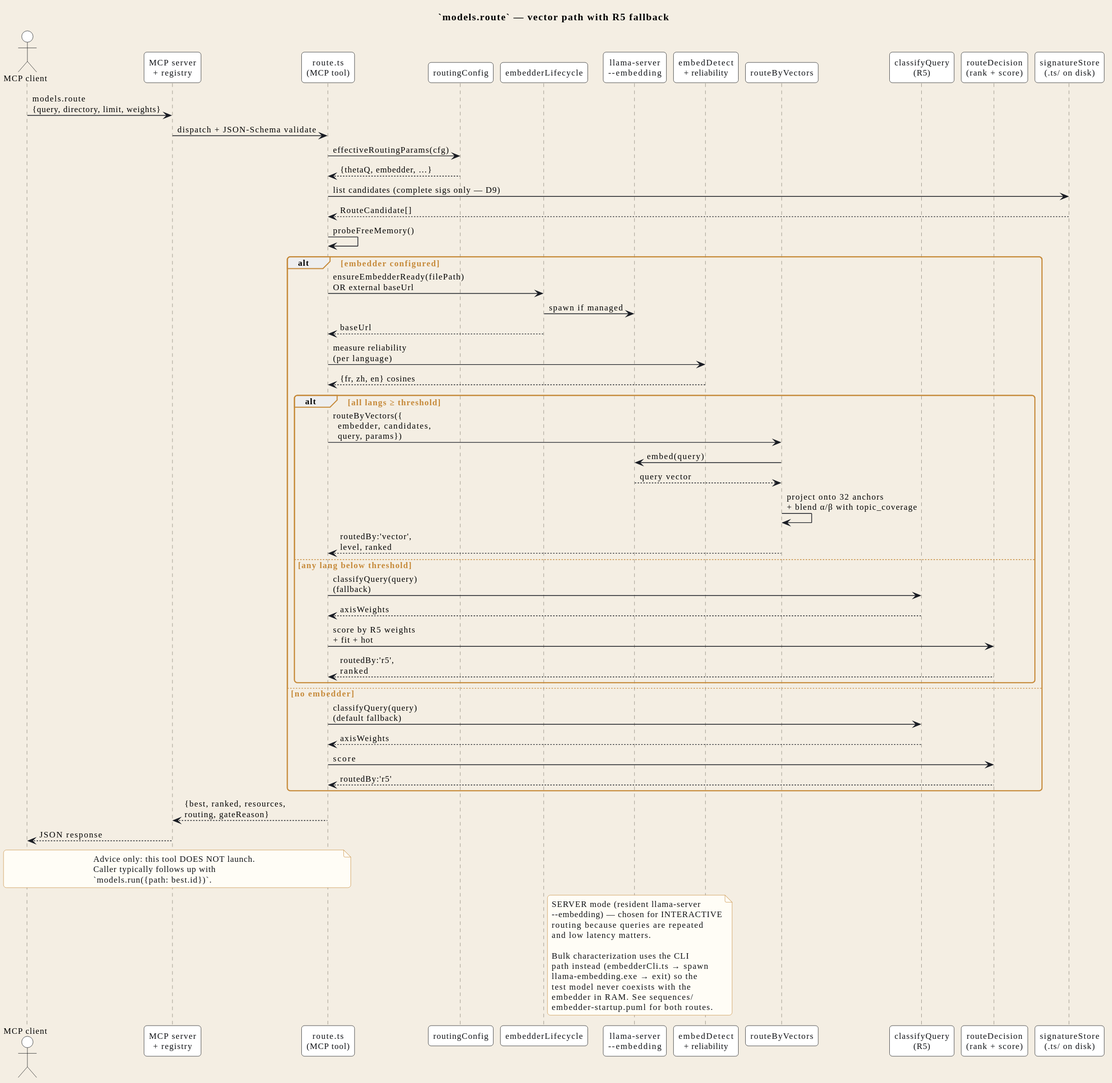
Syphys/maestria keeps this PlantUML diagram as docs/en/svg/routing-flow.svg. Above is the earlier version. The source it was exported from:
```plantuml
@startuml
!include ../_includes/style.iuml

title `models.route` — vector path with R5 fallback

actor "MCP client" as CLI
participant "MCP server\n+ registry" as MCP
participant "route.ts\n(MCP tool)" as TOOL
participant "routingConfig" as CFG
participant "embedderLifecycle" as ELC
participant "llama-server\n--embedding" as EMB
participant "embedDetect\n+ reliability" as REL
participant "routeByVectors" as VEC
participant "classifyQuery\n(R5)" as R5
participant "routeDecision\n(rank + score)" as RANK
participant "signatureStore\n(.ts/ on disk)" as SIG

CLI -> MCP : models.route\n{query, directory, limit, weights}
MCP -> TOOL : dispatch + JSON-Schema validate
TOOL -> CFG : effectiveRoutingParams(cfg)
CFG --> TOOL : {thetaQ, embedder, …}
TOOL -> SIG : list candidates (complete sigs only — D9)
SIG --> TOOL : RouteCandidate[]
TOOL -> TOOL : probeFreeMemory()

alt embedder configured
  TOOL -> ELC : ensureEmbedderReady(filePath)\nOR external baseUrl
  ELC -> EMB : spawn if managed
  ELC --> TOOL : baseUrl
  TOOL -> REL : measure reliability\n(per language)
  REL --> TOOL : {fr, zh, en} cosines
  alt all langs ≥ threshold
    TOOL -> VEC : routeByVectors({\n  embedder, candidates,\n  query, params})
    VEC -> EMB : embed(query)
    EMB --> VEC : query vector
    VEC -> VEC : project onto 32 anchors\n+ blend α/β with topic_coverage
    VEC --> TOOL : routedBy:'vector',\nlevel, ranked
  else any lang below threshold
    TOOL -> R5 : classifyQuery(query)\n(fallback)
    R5 --> TOOL : axisWeights
    TOOL -> RANK : score by R5 weights\n+ fit + hot
    RANK --> TOOL : routedBy:'r5',\nranked
  end
else no embedder
  TOOL -> R5 : classifyQuery(query)\n(default fallback)
  R5 --> TOOL : axisWeights
  TOOL -> RANK : score
  RANK --> TOOL : routedBy:'r5'
end

TOOL --> MCP : {best, ranked, resources,\nrouting, gateReason}
MCP --> CLI : JSON response

note over CLI, TOOL
  Advice only: this tool DOES NOT launch.
  Caller typically follows up with
  `models.run({path: best.id})`.
end note

note right of ELC
  SERVER mode (resident llama-server
  --embedding) — chosen for INTERACTIVE
  routing because queries are repeated
  and low latency matters.

  Bulk characterization uses the CLI
  path instead (embedderCli.ts → spawn
  llama-embedding.exe → exit) so the
  test model never coexists with the
  embedder in RAM. See sequences/
  embedder-startup.puml for both routes.
end note
@enduml
```
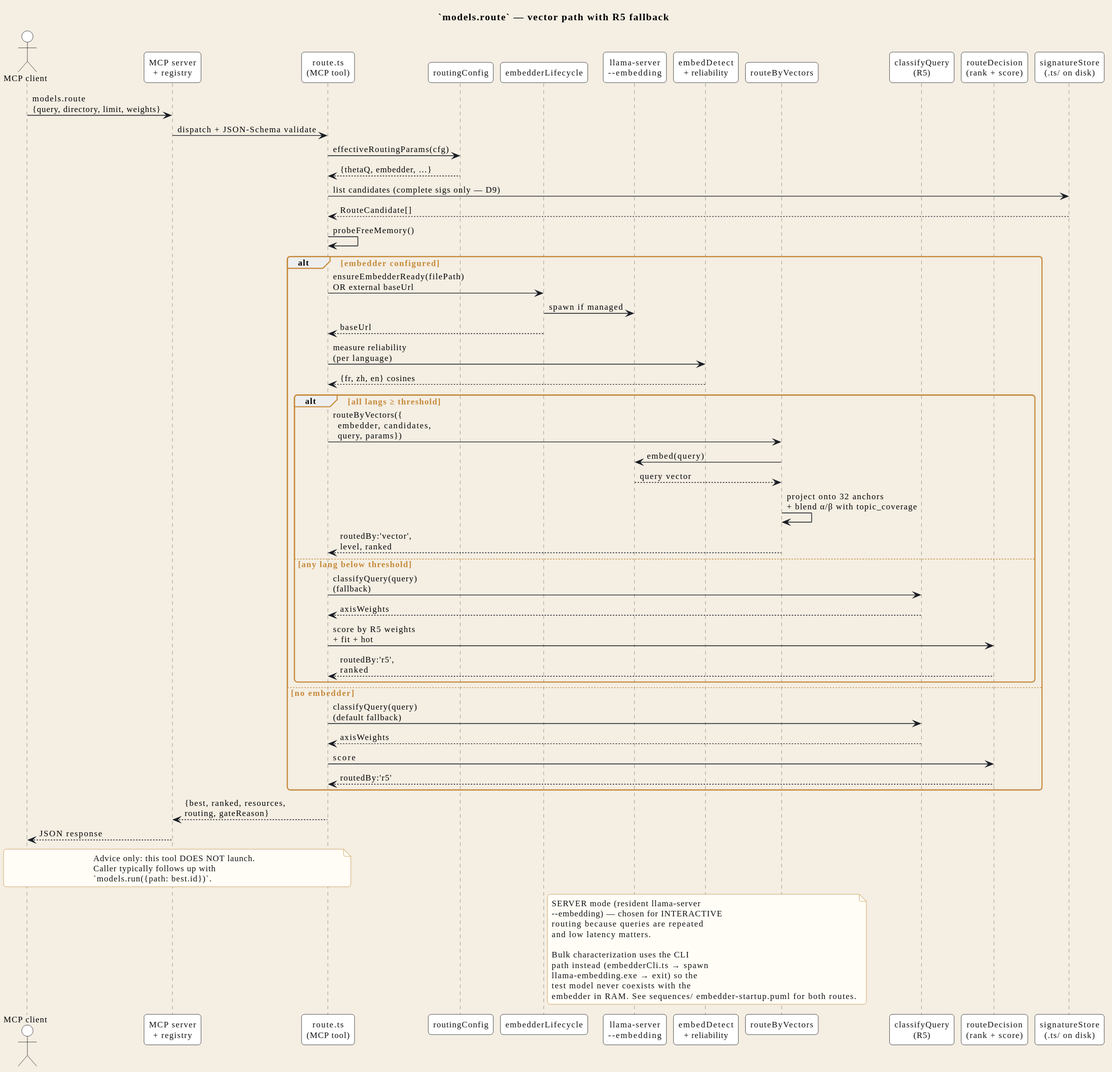
After the commit.

What changed in the source:
```diff
@@ -1,11 +1,11 @@
 @startuml
 !include ../_includes/style.iuml
 
-title `models.route` — vector path with R5 fallback
+title STR_RFLOW_TITLE
 
-actor "MCP client" as CLI
-participant "MCP server\n+ registry" as MCP
-participant "route.ts\n(MCP tool)" as TOOL
+actor "STR_RFLOW_CLI_ACTOR" as CLI
+participant "STR_RFLOW_MCP" as MCP
+participant "STR_RFLOW_TOOL" as TOOL
 participant "routingConfig" as CFG
 participant "embedderLifecycle" as ELC
 participant "llama-server\n--embedding" as EMB
@@ -13,61 +13,60 @@
 participant "routeByVectors" as VEC
 participant "classifyQuery\n(R5)" as R5
 participant "routeDecision\n(rank + score)" as RANK
-participant "signatureStore\n(.ts/ on disk)" as SIG
+participant "STR_RFLOW_SIG" as SIG
 
 CLI -> MCP : models.route\n{query, directory, limit, weights}
-MCP -> TOOL : dispatch + JSON-Schema validate
+MCP -> TOOL : STR_RFLOW_MSG_DISPATCH
 TOOL -> CFG : effectiveRoutingParams(cfg)
 CFG --> TOOL : {thetaQ, embedder, …}
-TOOL -> SIG : list candidates (complete sigs only — D9)
+TOOL -> SIG : STR_RFLOW_MSG_LIST_CANDS
 SIG --> TOOL : RouteCandidate[]
 TOOL -> TOOL : probeFreeMemory()
 
-alt embedder configured
-  TOOL -> ELC : ensureEmbedderReady(filePath)\nOR external baseUrl
-  ELC -> EMB : spawn if managed
+alt STR_RFLOW_ALT_EMB_CONFIG
+  TOOL -> ELC : STR_RFLOW_MSG_ENSURE_READY
+  ELC -> EMB : STR_RFLOW_MSG_SPAWN_IF_MANAGED
   ELC --> TOOL : baseUrl
-  TOOL -> REL : measure reliability\n(per language)
-  REL --> TOOL : {fr, zh, en} cosines
-  alt all langs ≥ threshold
+  TOOL -> REL : STR_RFLOW_MSG_MEASURE_REL
+  REL --> TOOL : STR_RFLOW_MSG_COSINES
+  alt STR_RFLOW_ALT_ALL_LANGS_OK
     TOOL -> VEC : routeByVectors({\n  embedder, candidates,\n  query, params})
     VEC -> EMB : embed(query)
-    EMB --> VEC : query vector
-    VEC -> VEC : project onto 32 anchors\n+ blend α/β with topic_coverage
+    EMB --> VEC : STR_RFLOW_MSG_QUERY_VEC
+    VEC -> VEC : STR_RFLOW_MSG_PROJ_BLEND
     VEC --> TOOL : routedBy:'vector',\nlevel, ranked
-  else any lang below threshold
-    TOOL -> R5 : classifyQuery(query)\n(fallback)
+  else STR_RFLOW_ELSE_LANG_BELOW
+    TOOL -> R5 : STR_RFLOW_MSG_CLASSIFY_FALLBACK
     R5 --> TOOL : axisWeights
-    TOOL -> RANK : score by R5 weights\n+ fit + hot
+    TOOL -> RANK : STR_RFLOW_MSG_SCORE_R5
     RANK --> TOOL : routedBy:'r5',\nranked
   end
-else no embedder
-  TOOL -> R5 : classifyQuery(query)\n(default fallback)
+else STR_RFLOW_ELSE_NO_EMB
+  TOOL -> R5 : STR_RFLOW_MSG_CLASSIFY_DEFAULT
   R5 --> TOOL : axisWeights
   TOOL -> RANK : score
   RANK --> TOOL : routedBy:'r5'
 end
 
 TOOL --> MCP : {best, ranked, resources,\nrouting, gateReason}
-MCP --> CLI : JSON response
+MCP --> CLI : STR_RFLOW_MSG_JSON_RESP
 
 note over CLI, TOOL
-  Advice only: this tool DOES NOT launch.
-  Caller typically follows up with
-  `models.run({path: best.id})`.
+  STR_RFLOW_NOTE_ADVICE_L1
+  STR_RFLOW_NOTE_ADVICE_L2
+  STR_RFLOW_NOTE_ADVICE_L3
 end note
 
 note right of ELC
-  SERVER mode (resident llama-server
-  --embedding) — chosen for INTERACTIVE
-  routing because queries are repeated
-  and low latency matters.
+  STR_RFLOW_NOTE_ELC_L1
+  STR_RFLOW_NOTE_ELC_L2
+  STR_RFLOW_NOTE_ELC_L3
+  STR_RFLOW_NOTE_ELC_L4
 
-  Bulk characterization uses the CLI
-  path instead (embedderCli.ts → spawn
-  llama-embedding.exe → exit) so the
-  test model never coexists with the
-  embedder in RAM. See sequences/
-  embedder-startup.puml for both routes.
+  STR_RFLOW_NOTE_ELC_L5
+  STR_RFLOW_NOTE_ELC_L6
+  STR_RFLOW_NOTE_ELC_L7
+  STR_RFLOW_NOTE_ELC_L8
+  STR_RFLOW_NOTE_ELC_L9
 end note
 @enduml
```
